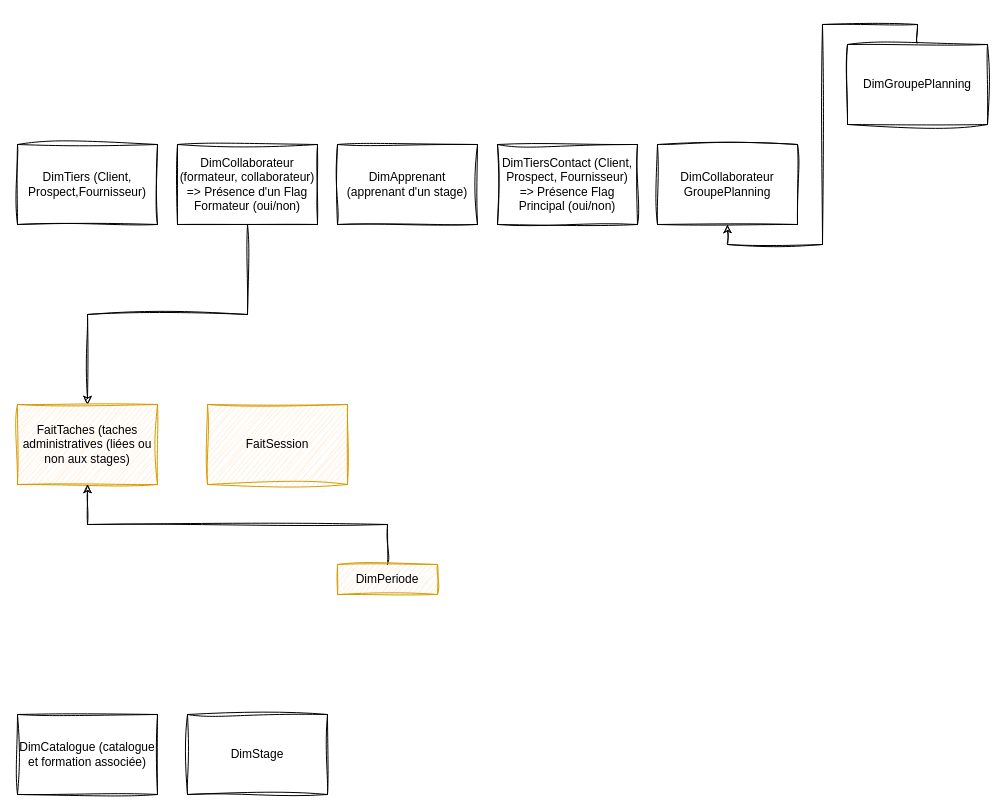
Earlier version of the draw.io diagram Data model PBI_F&P.drawio (KCG-Lob/PBI-Reports). Source tidied: cells renumbered, new cells numbered last; positions are measured from the earlier drawing's top-left corner, leaving out a move shared by most shapes. Both pictures are drawn from the tidied source at 100%, with x=0, y=0 at pixel (17, 44).
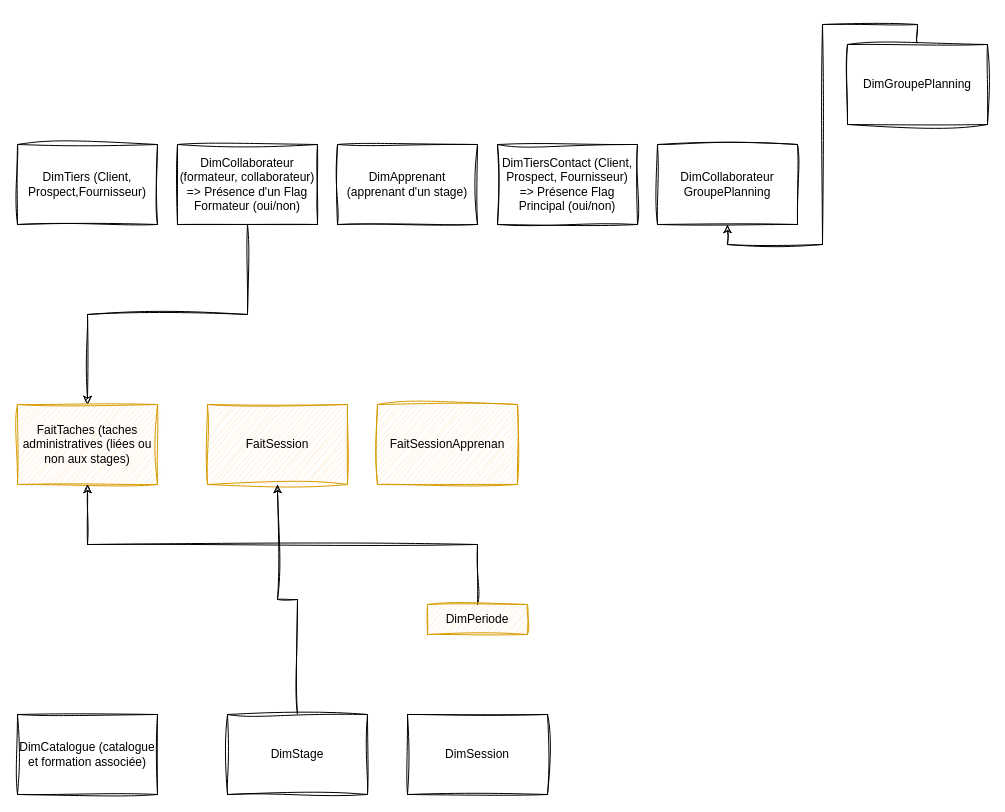
After the change.

Commit message:
Mettre à jour Data model PBI_F&P.drawio

The edit, as a diff of the source:
```diff
@@
 <mxGraphModel>
   <root>
     <mxCell id="0" />
     <mxCell id="1" parent="0" />
     <mxCell id="2" value="DimTiers (Client, Prospect,Fournisseur)" style="rounded=0;whiteSpace=wrap;html=1;sketch=1;curveFitting=1;jiggle=2;" parent="1" vertex="1">
       <mxGeometry y="100" width="140" height="80" as="geometry" />
     </mxCell>
     <mxCell id="3" style="edgeStyle=orthogonalEdgeStyle;rounded=0;sketch=1;hachureGap=4;jiggle=2;curveFitting=1;jettySize=auto;html=1;exitX=0.5;exitY=1;exitDx=0;exitDy=0;entryX=0.5;entryY=0;entryDx=0;entryDy=0;fontFamily=Architects Daughter;" parent="1" edge="1" source="4" target="11">
       <mxGeometry relative="1" as="geometry" />
     </mxCell>
     <mxCell id="4" value="DimCollaborateur (formateur, collaborateur) =&amp;gt; Présence d'un Flag Formateur (oui/non)" style="rounded=0;whiteSpace=wrap;html=1;sketch=1;curveFitting=1;jiggle=2;" parent="1" vertex="1">
       <mxGeometry x="160" y="100" width="140" height="80" as="geometry" />
     </mxCell>
     <mxCell id="5" value="DimApprenant (apprenant d'un stage)" style="rounded=0;whiteSpace=wrap;html=1;sketch=1;curveFitting=1;jiggle=2;" parent="1" vertex="1">
       <mxGeometry x="320" y="100" width="140" height="80" as="geometry" />
     </mxCell>
     <mxCell id="6" value="DimTiersContact (Client, Prospect, Fournisseur)&lt;div&gt;=&amp;gt; Présence Flag Principal (oui/non)&lt;/div&gt;" style="rounded=0;whiteSpace=wrap;html=1;sketch=1;curveFitting=1;jiggle=2;" parent="1" vertex="1">
       <mxGeometry x="480" y="100" width="140" height="80" as="geometry" />
     </mxCell>
     <mxCell id="7" value="DimCollaborateur&lt;div&gt;GroupePlanning&lt;/div&gt;" style="rounded=0;whiteSpace=wrap;html=1;sketch=1;curveFitting=1;jiggle=2;" parent="1" vertex="1">
       <mxGeometry x="640" y="100" width="140" height="80" as="geometry" />
     </mxCell>
     <mxCell id="8" style="edgeStyle=orthogonalEdgeStyle;rounded=0;jettySize=auto;html=1;exitX=0.5;exitY=0;exitDx=0;exitDy=0;entryX=0.5;entryY=1;entryDx=0;entryDy=0;sketch=1;curveFitting=1;jiggle=2;" parent="1" edge="1" source="9" target="7">
       <mxGeometry relative="1" as="geometry" />
     </mxCell>
     <mxCell id="9" value="Dim&lt;span style=&quot;background-color: transparent; color: light-dark(rgb(0, 0, 0), rgb(255, 255, 255));&quot;&gt;GroupePlanning&lt;/span&gt;" style="rounded=0;whiteSpace=wrap;html=1;sketch=1;curveFitting=1;jiggle=2;" parent="1" vertex="1">
       <mxGeometry x="830" width="140" height="80" as="geometry" />
     </mxCell>
     <mxCell id="10" value="DimCatalogue (catalogue et formation associée)" style="rounded=0;whiteSpace=wrap;html=1;sketch=1;curveFitting=1;jiggle=2;" parent="1" vertex="1">
       <mxGeometry y="670" width="140" height="80" as="geometry" />
     </mxCell>
     <mxCell id="11" value="FaitTaches (taches administratives (liées ou non aux stages)" style="rounded=0;whiteSpace=wrap;html=1;fillColor=#ffe6cc;strokeColor=#d79b00;sketch=1;curveFitting=1;jiggle=2;" parent="1" vertex="1">
       <mxGeometry y="360" width="140" height="80" as="geometry" />
     </mxCell>
     <mxCell id="12" value="FaitSession" style="rounded=0;whiteSpace=wrap;html=1;fillColor=#ffe6cc;strokeColor=#d79b00;sketch=1;curveFitting=1;jiggle=2;" parent="1" vertex="1">
       <mxGeometry x="190" y="360" width="140" height="80" as="geometry" />
     </mxCell>
     <mxCell id="13" style="edgeStyle=orthogonalEdgeStyle;rounded=0;sketch=1;hachureGap=4;jiggle=2;curveFitting=1;jettySize=auto;html=1;exitX=0.5;exitY=0;exitDx=0;exitDy=0;entryX=0.5;entryY=1;entryDx=0;entryDy=0;fontFamily=Architects Daughter;" parent="1" edge="1" source="14" target="11">
       <mxGeometry relative="1" as="geometry" />
     </mxCell>
     <mxCell id="14" value="DimPeriode" style="rounded=0;whiteSpace=wrap;html=1;fillColor=#ffe6cc;strokeColor=#d79b00;sketch=1;curveFitting=1;jiggle=2;" parent="1" vertex="1" collapsed="1">
-      <mxGeometry x="320" y="520" width="100" height="30" as="geometry" />
+      <mxGeometry x="410" y="560" width="100" height="30" as="geometry" />
     </mxCell>
+    <mxCell id="16" style="edgeStyle=orthogonalEdgeStyle;rounded=0;sketch=1;hachureGap=4;jiggle=2;curveFitting=1;jettySize=auto;html=1;exitX=0.5;exitY=0;exitDx=0;exitDy=0;entryX=0.5;entryY=1;entryDx=0;entryDy=0;fontFamily=Architects Daughter;" parent="1" edge="1" source="15" target="12">
+      <mxGeometry relative="1" as="geometry" />
+    </mxCell>
     <mxCell id="15" value="DimStage" style="rounded=0;whiteSpace=wrap;html=1;sketch=1;curveFitting=1;jiggle=2;" parent="1" vertex="1">
-      <mxGeometry x="170" y="670" width="140" height="80" as="geometry" />
+      <mxGeometry x="210" y="670" width="140" height="80" as="geometry" />
     </mxCell>
+    <mxCell id="17" value="DimSession" style="rounded=0;whiteSpace=wrap;html=1;sketch=1;curveFitting=1;jiggle=2;" parent="1" vertex="1">
+      <mxGeometry x="390" y="670" width="140" height="80" as="geometry" />
+    </mxCell>
+    <mxCell id="18" value="FaitSessionApprenan" style="rounded=0;whiteSpace=wrap;html=1;fillColor=#ffe6cc;strokeColor=#d79b00;sketch=1;curveFitting=1;jiggle=2;" parent="1" vertex="1">
+      <mxGeometry x="360" y="360" width="140" height="80" as="geometry" />
+    </mxCell>
   </root>
 </mxGraphModel>
```
